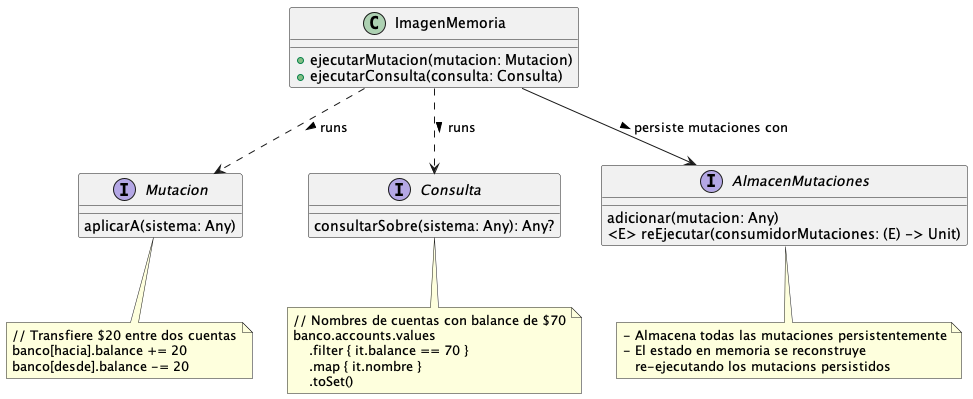
This is kotlin-memimg/docs/img/mini-kmemimg.png from xrrocha/jvm-funcional, a PlantUML export, as it was before one commit.
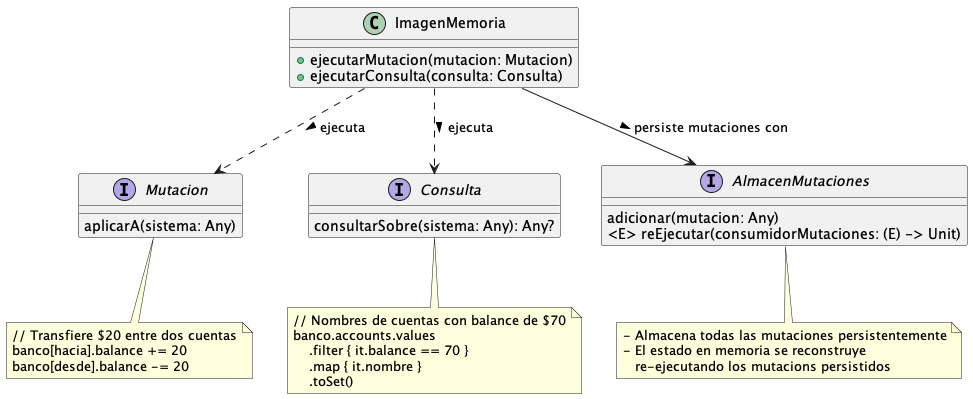
After the change.

Change to the diagram source:
```diff
@@ -4,8 +4,8 @@
     + ejecutarMutacion(mutacion: Mutacion)
     + ejecutarConsulta(consulta: Consulta)
 }
-ImagenMemoria ..> Mutacion: runs >
-ImagenMemoria ..> Consulta: runs >
+ImagenMemoria ..> Mutacion: ejecuta >
+ImagenMemoria ..> Consulta: ejecuta >
 ImagenMemoria --> AlmacenMutaciones: persiste mutaciones con >
 
 interface Mutacion {
```
